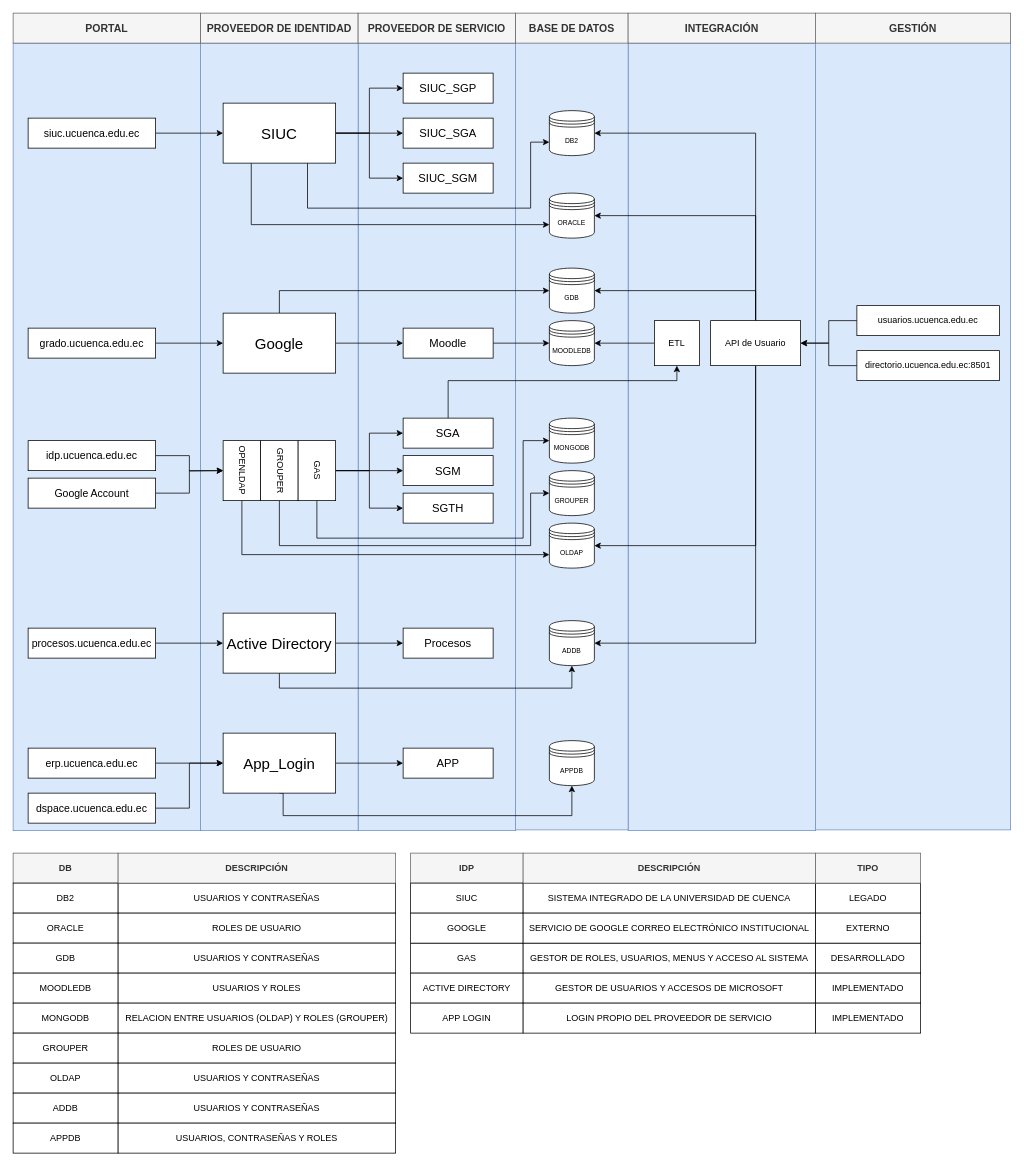
This is Diagrama sin título.drawio from Xissco/codeWars, a draw.io file, before an edit. Source tidied: cells renumbered, new cells numbered last; positions are measured from the earlier drawing's top-left corner, leaving out a move shared by most shapes. Both pictures are drawn from the tidied source at 75%, with x=0, y=0 at pixel (13, 13).
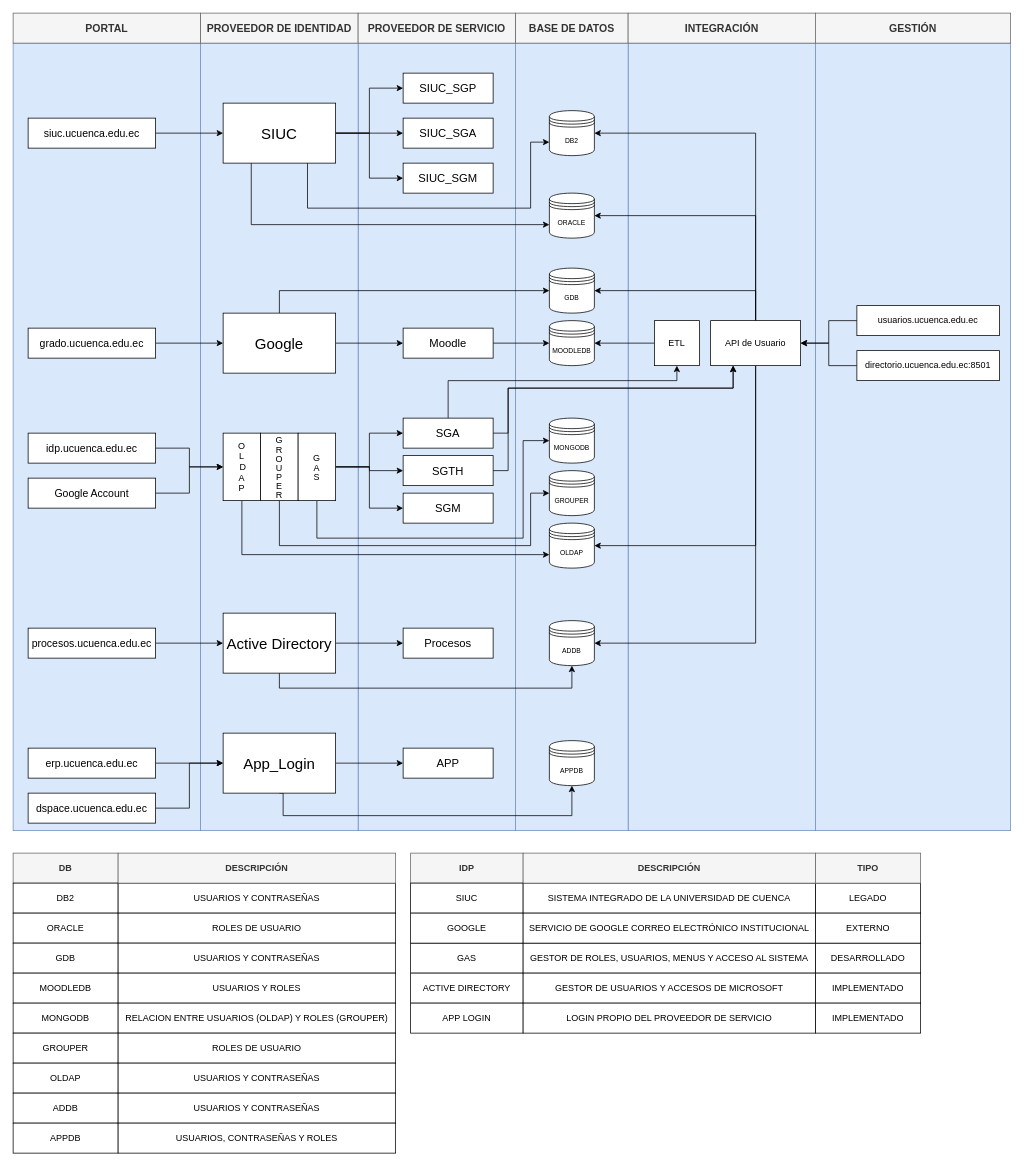
The same diagram, later.

Unchanged cells that the change refers to:
```xml
<mxCell id="13" value="SGA" style="rounded=0;whiteSpace=wrap;html=1;fontSize=15;" parent="1" vertex="1">
  <mxGeometry x="520" y="540" width="120" height="40" as="geometry" />
</mxCell>
<mxCell id="51" value="API de Usuario" style="rounded=0;whiteSpace=wrap;html=1;" parent="1" vertex="1">
  <mxGeometry x="930" y="410" width="120" height="60" as="geometry" />
</mxCell>
```

The edit, as a diff of the source:
```diff
@@
-    <mxCell id="2" style="rounded=0;whiteSpace=wrap;html=1;fillColor=#dae8fc;strokeColor=#6c8ebf;" parent="1" vertex="1">
-      <mxGeometry x="1070" y="38" width="260" height="1051" as="geometry" />
-    </mxCell>
-    <mxCell id="3" value="GESTIÓN" style="rounded=0;whiteSpace=wrap;html=1;fontSize=14;fillColor=#f5f5f5;fontColor=#333333;strokeColor=#666666;fontStyle=1;" parent="1" vertex="1">
-      <mxGeometry x="1070" width="260" height="40" as="geometry" />
-    </mxCell>
+    <mxCell id="122" style="rounded=0;whiteSpace=wrap;html=1;fillColor=#dae8fc;strokeColor=#6c8ebf;" parent="1" vertex="1">
+      <mxGeometry x="1070" y="40" width="260" height="1050" as="geometry" />
+    </mxCell>
@@
-    <mxCell id="5" style="rounded=0;whiteSpace=wrap;html=1;fillColor=#dae8fc;strokeColor=#6c8ebf;" parent="1" vertex="1">
-      <mxGeometry x="670" y="39" width="150" height="1050" as="geometry" />
-    </mxCell>
+    <mxCell id="123" style="rounded=0;whiteSpace=wrap;html=1;fillColor=#dae8fc;strokeColor=#6c8ebf;" parent="1" vertex="1">
+      <mxGeometry x="670" y="40" width="150" height="1050" as="geometry" />
+    </mxCell>
@@
+    <mxCell id="3" value="GESTIÓN" style="rounded=0;whiteSpace=wrap;html=1;fontSize=14;fillColor=#f5f5f5;fontColor=#333333;strokeColor=#666666;fontStyle=1;" parent="1" vertex="1">
+      <mxGeometry x="1070" width="260" height="40" as="geometry" />
+    </mxCell>
@@
-    <mxCell id="9" style="edgeStyle=orthogonalEdgeStyle;rounded=0;jettySize=auto;html=1;exitX=1;exitY=0.5;exitDx=0;exitDy=0;" parent="1" edge="1" source="10">
-      <mxGeometry relative="1" as="geometry">
-        <mxPoint x="280" y="610" as="targetPoint" />
-      </mxGeometry>
-    </mxCell>
+    <mxCell id="124" style="edgeStyle=orthogonalEdgeStyle;rounded=0;jettySize=auto;html=1;exitX=1;exitY=0.5;exitDx=0;exitDy=0;" parent="1" edge="1" source="10" target="89">
+      <mxGeometry relative="1" as="geometry" />
+    </mxCell>
     <mxCell id="10" value="idp.ucuenca.edu.ec" style="rounded=0;whiteSpace=wrap;html=1;fontSize=14;" parent="1" vertex="1">
-      <mxGeometry x="20" y="570" width="170" height="40" as="geometry" />
+      <mxGeometry x="20" y="560" width="170" height="40" as="geometry" />
     </mxCell>
@@
+    <mxCell id="125" style="edgeStyle=orthogonalEdgeStyle;rounded=0;jettySize=auto;html=1;exitX=1;exitY=0.5;exitDx=0;exitDy=0;entryX=0.25;entryY=1;entryDx=0;entryDy=0;" parent="1" edge="1" source="13" target="51">
+      <mxGeometry relative="1" as="geometry">
+        <Array as="points">
+          <mxPoint x="660" y="560" />
+          <mxPoint x="660" y="500" />
+          <mxPoint x="960" y="500" />
+        </Array>
+      </mxGeometry>
+    </mxCell>
@@
+    <mxCell id="126" style="edgeStyle=orthogonalEdgeStyle;rounded=0;jettySize=auto;html=1;exitX=1;exitY=0.5;exitDx=0;exitDy=0;entryX=0.25;entryY=1;entryDx=0;entryDy=0;" parent="1" edge="1" source="14" target="51">
+      <mxGeometry relative="1" as="geometry">
+        <Array as="points">
+          <mxPoint x="660" y="610" />
+          <mxPoint x="660" y="500" />
+          <mxPoint x="960" y="500" />
+        </Array>
+      </mxGeometry>
+    </mxCell>
-    <mxCell id="14" value="SGM" style="rounded=0;whiteSpace=wrap;html=1;fontSize=15;" parent="1" vertex="1">
+    <mxCell id="14" value="SGTH" style="rounded=0;whiteSpace=wrap;html=1;fontSize=15;" parent="1" vertex="1">
       <mxGeometry x="520" y="590" width="120" height="40" as="geometry" />
     </mxCell>
-    <mxCell id="15" value="SGTH" style="rounded=0;whiteSpace=wrap;html=1;fontSize=15;" parent="1" vertex="1">
+    <mxCell id="15" value="SGM" style="rounded=0;whiteSpace=wrap;html=1;fontSize=15;" parent="1" vertex="1">
       <mxGeometry x="520" y="640" width="120" height="40" as="geometry" />
     </mxCell>
@@
-    <mxCell id="89" value="OPENLDAP" style="rounded=0;whiteSpace=wrap;html=1;textDirection=vertical-lr;" parent="1" vertex="1">
-      <mxGeometry x="280" y="570" width="50" height="80" as="geometry" />
+    <mxCell id="89" value="O&lt;div&gt;L&lt;div&gt;&amp;nbsp;&lt;span style=&quot;background-color: initial;&quot;&gt;D&lt;/span&gt;&lt;/div&gt;&lt;div&gt;&lt;span style=&quot;background-color: initial;&quot;&gt;A&lt;/span&gt;&lt;/div&gt;&lt;div&gt;&lt;span style=&quot;background-color: initial;&quot;&gt;P&lt;/span&gt;&lt;/div&gt;&lt;/div&gt;" style="rounded=0;whiteSpace=wrap;html=1;textDirection=ltr;spacing=0;" parent="1" vertex="1">
+      <mxGeometry x="280" y="560" width="50" height="90" as="geometry" />
     </mxCell>
@@
-    <mxCell id="91" value="GROUPER" style="rounded=0;whiteSpace=wrap;html=1;textDirection=vertical-lr;" parent="1" vertex="1">
-      <mxGeometry x="330" y="570" width="50" height="80" as="geometry" />
+    <mxCell id="91" value="G&lt;div style=&quot;line-height: 100%;&quot;&gt;R&lt;/div&gt;&lt;div style=&quot;line-height: 100%;&quot;&gt;O&lt;/div&gt;&lt;div style=&quot;line-height: 100%;&quot;&gt;U&lt;/div&gt;&lt;div style=&quot;line-height: 100%;&quot;&gt;P&lt;/div&gt;&lt;div style=&quot;line-height: 100%;&quot;&gt;E&lt;/div&gt;&lt;div style=&quot;line-height: 100%;&quot;&gt;R&lt;/div&gt;" style="rounded=0;whiteSpace=wrap;html=1;textDirection=ltr;" parent="1" vertex="1">
+      <mxGeometry x="330" y="560" width="50" height="90" as="geometry" />
     </mxCell>
@@
-    <mxCell id="96" value="GAS" style="rounded=0;whiteSpace=wrap;html=1;textDirection=vertical-lr;" parent="1" vertex="1">
-      <mxGeometry x="380" y="570" width="50" height="80" as="geometry" />
+    <mxCell id="96" value="G&lt;div style=&quot;line-height: 100%;&quot;&gt;A&lt;/div&gt;&lt;div style=&quot;line-height: 100%;&quot;&gt;S&lt;/div&gt;" style="rounded=0;whiteSpace=wrap;html=1;textDirection=ltr;" parent="1" vertex="1">
+      <mxGeometry x="380" y="560" width="50" height="90" as="geometry" />
     </mxCell>
```
